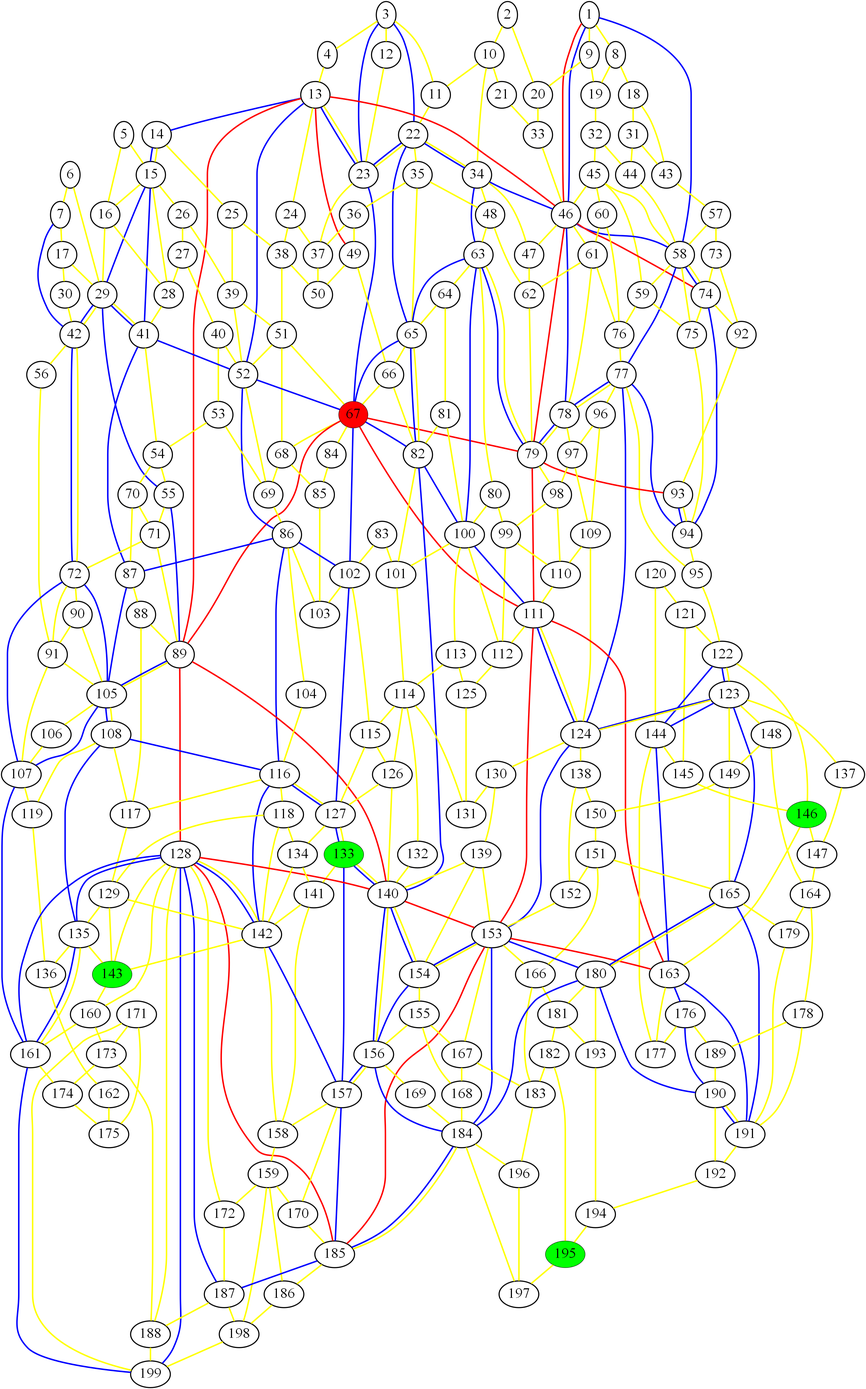
Earlier version of the Graphviz export graph_14.png (ed-churchill/complex-systems-project). Its source is kept beside it as graph_14.gv.
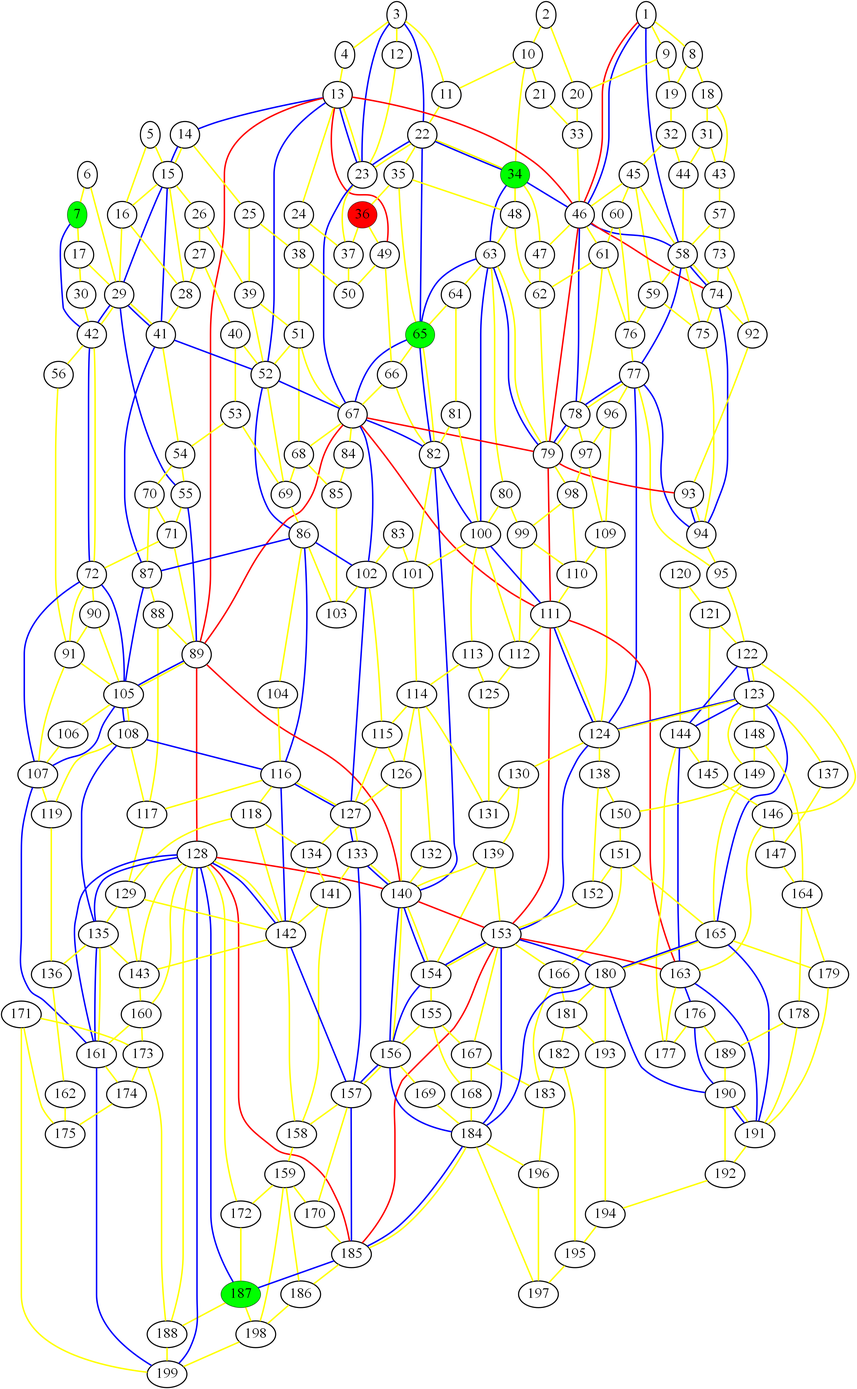
The same diagram one commit later.

What changed in the source:
```diff
@@ -1,16 +1,15 @@
 graph london_graph {
-67 [fillcolor=red, fontsize=40, pendwidth=3, style=filled];
-143 [fillcolor=green, fontsize=40, pendwidth=3, style=filled];
-146 [fillcolor=green, fontsize=40, pendwidth=3, style=filled];
-195 [fillcolor=green, fontsize=40, pendwidth=3, style=filled];
-133 [fillcolor=green, fontsize=40, pendwidth=3, style=filled];
+36 [fillcolor=red, fontsize=40, pendwidth=3, style=filled];
+7 [fillcolor=green, fontsize=40, pendwidth=3, style=filled];
+34 [fillcolor=green, fontsize=40, pendwidth=3, style=filled];
+187 [fillcolor=green, fontsize=40, pendwidth=3, style=filled];
+65 [fillcolor=green, fontsize=40, pendwidth=3, style=filled];
 1 [fontsize=40, penwidth=3];
 2 [fontsize=40, penwidth=3];
 3 [fontsize=40, penwidth=3];
 4 [fontsize=40, penwidth=3];
 5 [fontsize=40, penwidth=3];
 6 [fontsize=40, penwidth=3];
-7 [fontsize=40, penwidth=3];
 8 [fontsize=40, penwidth=3];
 9 [fontsize=40, penwidth=3];
 10 [fontsize=40, penwidth=3];
@@ -37,9 +36,7 @@
 31 [fontsize=40, penwidth=3];
 32 [fontsize=40, penwidth=3];
 33 [fontsize=40, penwidth=3];
-34 [fontsize=40, penwidth=3];
 35 [fontsize=40, penwidth=3];
-36 [fontsize=40, penwidth=3];
 37 [fontsize=40, penwidth=3];
 38 [fontsize=40, penwidth=3];
 39 [fontsize=40, penwidth=3];
@@ -68,8 +65,8 @@
 62 [fontsize=40, penwidth=3];
 63 [fontsize=40, penwidth=3];
 64 [fontsize=40, penwidth=3];
-65 [fontsize=40, penwidth=3];
 66 [fontsize=40, penwidth=3];
+67 [fontsize=40, penwidth=3];
 68 [fontsize=40, penwidth=3];
 69 [fontsize=40, penwidth=3];
 70 [fontsize=40, penwidth=3];
@@ -135,6 +132,7 @@
 130 [fontsize=40, penwidth=3];
 131 [fontsize=40, penwidth=3];
 132 [fontsize=40, penwidth=3];
+133 [fontsize=40, penwidth=3];
 134 [fontsize=40, penwidth=3];
 135 [fontsize=40, penwidth=3];
 136 [fontsize=40, penwidth=3];
@@ -144,8 +142,10 @@
 140 [fontsize=40, penwidth=3];
 141 [fontsize=40, penwidth=3];
 142 [fontsize=40, penwidth=3];
+143 [fontsize=40, penwidth=3];
 144 [fontsize=40, penwidth=3];
 145 [fontsize=40, penwidth=3];
+146 [fontsize=40, penwidth=3];
 147 [fontsize=40, penwidth=3];
 148 [fontsize=40, penwidth=3];
 149 [fontsize=40, penwidth=3];
@@ -186,7 +186,6 @@
 184 [fontsize=40, penwidth=3];
 185 [fontsize=40, penwidth=3];
 186 [fontsize=40, penwidth=3];
-187 [fontsize=40, penwidth=3];
 188 [fontsize=40, penwidth=3];
 189 [fontsize=40, penwidth=3];
 190 [fontsize=40, penwidth=3];
@@ -194,6 +193,7 @@
 192 [fontsize=40, penwidth=3];
 193 [fontsize=40, penwidth=3];
 194 [fontsize=40, penwidth=3];
+195 [fontsize=40, penwidth=3];
 196 [fontsize=40, penwidth=3];
 197 [fontsize=40, penwidth=3];
 198 [fontsize=40, penwidth=3];
```
